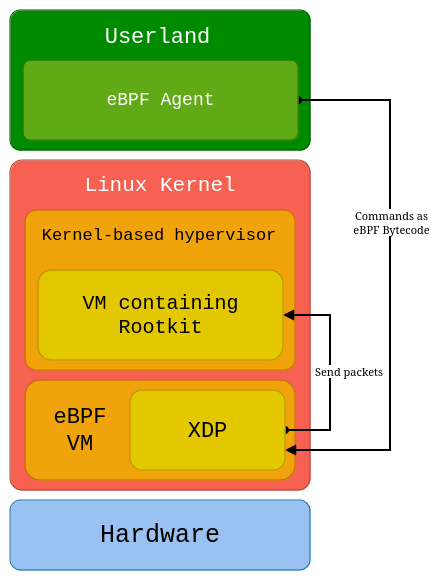
Above: assets/blackpill-rootkit-overview.drawio.png in DualHorizon/blackpill (draw.io), before the change. Source tidied: cells renumbered, new cells last; positions are measured from the earlier drawing's top-left corner, leaving out a move shared by most shapes.
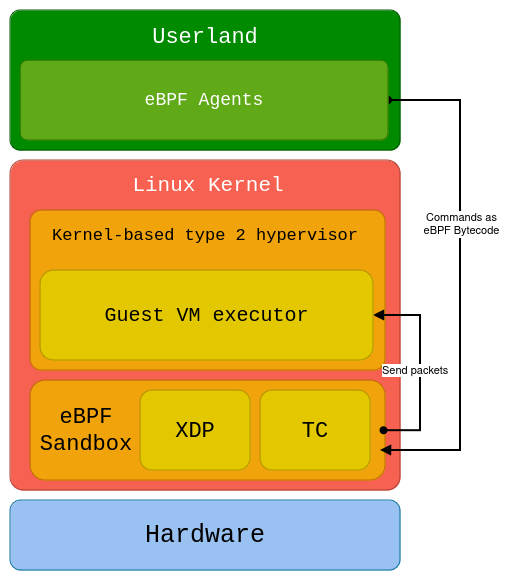
After the commit.

Commit message:
docs: added features + sequence diagram

Change to the diagram source:
```diff
@@ -3,21 +3,21 @@
     <mxCell id="0" />
     <mxCell id="1" parent="0" />
     <mxCell id="2" value="&lt;font style=&quot;font-size: 25px;&quot;&gt;Hardware&lt;/font&gt;" style="rounded=1;whiteSpace=wrap;html=1;fontFamily=Courier New;fillColor=#99c1f1;strokeColor=#10739e;fontSize=25;" parent="1" vertex="1">
-      <mxGeometry y="490" width="300" height="70" as="geometry" />
+      <mxGeometry x="-90" y="490" width="390" height="70" as="geometry" />
     </mxCell>
     <mxCell id="3" style="rounded=1;whiteSpace=wrap;html=1;fontFamily=Courier New;fillColor=#f66151;strokeColor=#ae4132;arcSize=4;" parent="1" vertex="1">
-      <mxGeometry y="150" width="300" height="330" as="geometry" />
+      <mxGeometry x="-90" y="150" width="390" height="330" as="geometry" />
     </mxCell>
     <mxCell id="4" style="rounded=1;whiteSpace=wrap;html=1;fontFamily=Courier New;fillColor=#f0a30a;fontColor=#000000;strokeColor=#BD7000;" parent="1" vertex="1">
-      <mxGeometry x="15" y="370" width="270" height="100" as="geometry" />
+      <mxGeometry x="-70" y="370" width="355" height="100" as="geometry" />
     </mxCell>
-    <mxCell id="5" value="eBPF VM" style="text;html=1;align=center;verticalAlign=middle;whiteSpace=wrap;rounded=0;fontFamily=Courier New;fontSize=22;" parent="1" vertex="1">
-      <mxGeometry x="40" y="405" width="60" height="30" as="geometry" />
+    <mxCell id="5" value="eBPF Sandbox" style="text;html=1;align=center;verticalAlign=middle;whiteSpace=wrap;rounded=0;fontFamily=Courier New;fontSize=22;" parent="1" vertex="1">
+      <mxGeometry x="-44" y="405" width="60" height="30" as="geometry" />
     </mxCell>
     <mxCell id="6" style="rounded=1;whiteSpace=wrap;html=1;fontFamily=Courier New;arcSize=7;fillColor=#f0a30a;fontColor=#000000;strokeColor=#BD7000;" parent="1" vertex="1">
-      <mxGeometry x="15" y="200" width="270" height="160" as="geometry" />
+      <mxGeometry x="-70" y="200" width="355" height="160" as="geometry" />
     </mxCell>
-    <mxCell id="7" style="edgeStyle=orthogonalEdgeStyle;rounded=0;jettySize=auto;html=1;entryX=1;entryY=0.5;entryDx=0;entryDy=0;strokeWidth=2;endArrow=oval;endFill=1;startArrow=block;startFill=1;" parent="1" edge="1" source="10" target="17">
+    <mxCell id="7" style="edgeStyle=orthogonalEdgeStyle;rounded=0;jettySize=auto;html=1;strokeWidth=2;endArrow=oval;endFill=1;startArrow=block;startFill=1;entryX=0.996;entryY=0.502;entryDx=0;entryDy=0;entryPerimeter=0;" parent="1" edge="1" source="10" target="4">
       <mxGeometry relative="1" as="geometry">
         <Array as="points">
           <mxPoint x="320" y="305" />
@@ -27,40 +27,45 @@
     </mxCell>
     <mxCell id="8" value="&lt;div&gt;Send packets&lt;/div&gt;" style="edgeLabel;html=1;align=left;verticalAlign=middle;" parent="7" vertex="1">
       <mxGeometry x="0.39" y="1" relative="1" as="geometry">
-        <mxPoint x="-18" y="-42" as="offset" />
+        <mxPoint x="-41" y="-36" as="offset" />
       </mxGeometry>
     </mxCell>
-    <mxCell id="9" value="Kernel-based hypervisor" style="text;html=1;align=center;verticalAlign=middle;whiteSpace=wrap;rounded=0;fontSize=17;fontFamily=Courier New;" parent="1" vertex="1">
-      <mxGeometry x="28" y="210" width="242" height="30" as="geometry" />
+    <mxCell id="9" value="Kernel-based type 2 hypervisor" style="text;html=1;align=center;verticalAlign=middle;whiteSpace=wrap;rounded=0;fontSize=17;fontFamily=Courier New;" parent="1" vertex="1">
+      <mxGeometry x="-60" y="210" width="330" height="30" as="geometry" />
     </mxCell>
-    <mxCell id="10" value="VM containing Rootkit" style="rounded=1;whiteSpace=wrap;html=1;fontFamily=Courier New;fontSize=20;fillColor=#e3c800;fontColor=#000000;strokeColor=#B09500;" parent="1" vertex="1">
-      <mxGeometry x="28" y="260" width="245" height="90" as="geometry" />
+    <mxCell id="10" value="Guest VM executor" style="rounded=1;whiteSpace=wrap;html=1;fontFamily=Courier New;fontSize=20;fillColor=#e3c800;fontColor=#000000;strokeColor=#B09500;" parent="1" vertex="1">
+      <mxGeometry x="-60" y="260" width="333" height="90" as="geometry" />
     </mxCell>
     <mxCell id="11" value="&lt;font color=&quot;#ffffff&quot;&gt;Linux Kernel&lt;/font&gt;" style="text;html=1;align=center;verticalAlign=middle;whiteSpace=wrap;rounded=0;fontSize=21;fontFamily=Courier New;" parent="1" vertex="1">
-      <mxGeometry x="20" y="160" width="260" height="30" as="geometry" />
+      <mxGeometry x="-22.5" y="160" width="260" height="30" as="geometry" />
     </mxCell>
     <mxCell id="12" style="rounded=1;whiteSpace=wrap;html=1;fontFamily=Courier New;fillColor=#008a00;strokeColor=#005700;arcSize=7;fontColor=#ffffff;" parent="1" vertex="1">
-      <mxGeometry width="300" height="140" as="geometry" />
+      <mxGeometry x="-90" width="390" height="140" as="geometry" />
     </mxCell>
-    <mxCell id="13" style="edgeStyle=orthogonalEdgeStyle;rounded=0;jettySize=auto;html=1;entryX=1;entryY=0.75;entryDx=0;entryDy=0;startArrow=oval;startFill=1;endArrow=block;endFill=1;strokeWidth=2;" parent="1" edge="1" source="15" target="17">
+    <mxCell id="13" style="edgeStyle=orthogonalEdgeStyle;rounded=0;jettySize=auto;html=1;startArrow=oval;startFill=1;endArrow=block;endFill=1;strokeWidth=2;" parent="1" edge="1" source="15">
       <mxGeometry relative="1" as="geometry">
+        <mxPoint x="280" y="440" as="targetPoint" />
         <Array as="points">
-          <mxPoint x="380" y="90" />
-          <mxPoint x="380" y="440" />
+          <mxPoint x="360" y="90" />
+          <mxPoint x="360" y="440" />
+          <mxPoint x="283" y="440" />
         </Array>
       </mxGeometry>
     </mxCell>
     <mxCell id="14" value="Commands as&lt;br&gt;eBPF Bytecode" style="edgeLabel;html=1;align=center;verticalAlign=middle;" parent="13" vertex="1">
       <mxGeometry x="-0.22" y="1" relative="1" as="geometry" />
     </mxCell>
-    <mxCell id="15" value="eBPF Agent" style="rounded=1;whiteSpace=wrap;html=1;fontFamily=Courier New;fillColor=#60a917;strokeColor=#2D7600;arcSize=9;fontColor=#ffffff;fontSize=18;" parent="1" vertex="1">
-      <mxGeometry x="13" y="50" width="275" height="80" as="geometry" />
+    <mxCell id="15" value="eBPF Agents" style="rounded=1;whiteSpace=wrap;html=1;fontFamily=Courier New;fillColor=#60a917;strokeColor=#2D7600;arcSize=9;fontColor=#ffffff;fontSize=18;" parent="1" vertex="1">
+      <mxGeometry x="-80" y="50" width="368" height="80" as="geometry" />
     </mxCell>
     <mxCell id="16" value="Userland" style="text;html=1;align=center;verticalAlign=middle;whiteSpace=wrap;rounded=0;fontColor=#ffffff;fontSize=22;fontFamily=Courier New;" parent="1" vertex="1">
-      <mxGeometry x="15" y="11" width="265" height="30" as="geometry" />
+      <mxGeometry x="-70" y="11" width="350" height="30" as="geometry" />
     </mxCell>
-    <mxCell id="17" value="&lt;font style=&quot;font-size: 22px;&quot;&gt;XDP&lt;/font&gt;" style="rounded=1;whiteSpace=wrap;html=1;fontFamily=Courier New;fontSize=22;fillColor=#e3c800;fontColor=#000000;strokeColor=#B09500;" parent="1" vertex="1">
-      <mxGeometry x="120" y="380" width="155" height="80" as="geometry" />
+    <mxCell id="17" value="TC" style="rounded=1;whiteSpace=wrap;html=1;fontFamily=Courier New;fontSize=22;fillColor=#e3c800;fontColor=#000000;strokeColor=#B09500;" parent="1" vertex="1">
+      <mxGeometry x="160" y="380" width="110" height="80" as="geometry" />
     </mxCell>
+    <mxCell id="18" value="&lt;font style=&quot;font-size: 22px;&quot;&gt;XDP&lt;/font&gt;" style="rounded=1;whiteSpace=wrap;html=1;fontFamily=Courier New;fontSize=22;fillColor=#e3c800;fontColor=#000000;strokeColor=#B09500;" parent="1" vertex="1">
+      <mxGeometry x="40" y="380" width="110" height="80" as="geometry" />
+    </mxCell>
   </root>
 </mxGraphModel>
```
